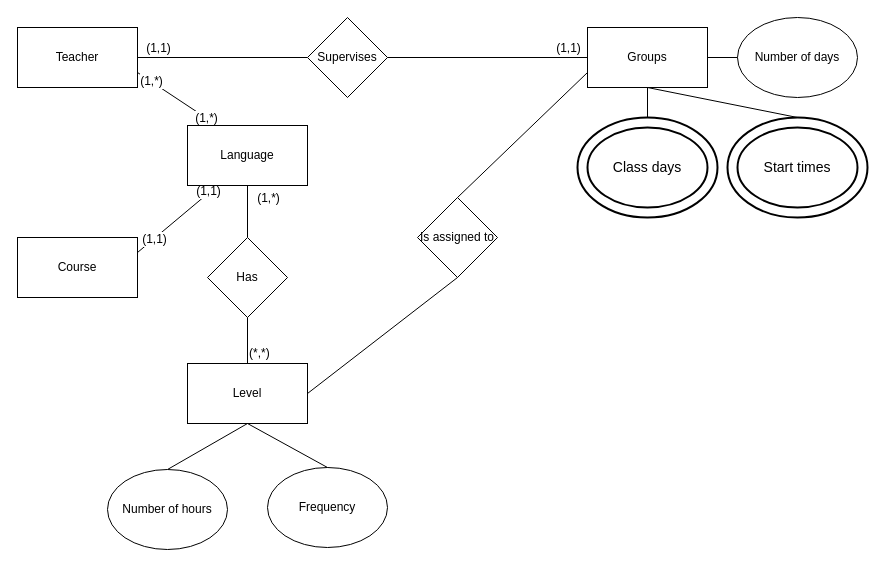
Above: Task2/Task2.drawio in devtot0/FundamentalsOfDatabases (draw.io), before the change. Source tidied: cells renumbered, new cells numbered last; positions are measured from the earlier drawing's top-left corner, leaving out a move shared by most shapes. Both pictures are drawn from the tidied source at 100%, with x=0, y=0 at pixel (17, 17).
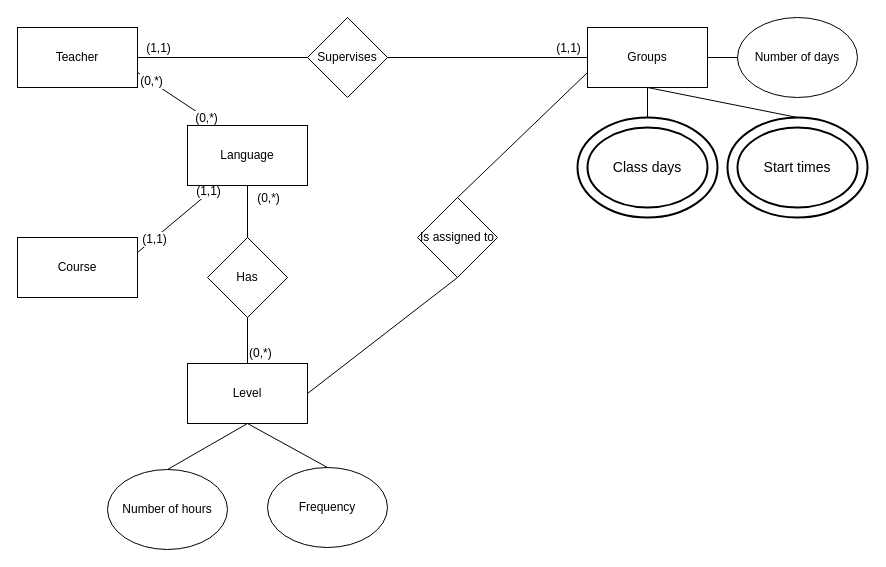
Above is the later version.

Commit message (it also covers changes not shown here):
task 1 i task 2, usuniecie kilku jpg

Unchanged cells that the change refers to:
```xml
<mxCell id="6" style="rounded=0;jettySize=auto;html=1;exitX=1;exitY=0.75;exitDx=0;exitDy=0;entryX=0.25;entryY=0;entryDx=0;entryDy=0;endArrow=none;endFill=0;" parent="1" edge="1" source="9" target="32">
  <mxGeometry relative="1" as="geometry" />
</mxCell>
<mxCell id="12" style="edgeStyle=none;rounded=0;jettySize=auto;html=1;endArrow=none;endFill=0;" parent="1" edge="1" source="14" target="32">
  <mxGeometry relative="1" as="geometry" />
</mxCell>
```

Change to the diagram source:
```diff
@@
-    <mxCell id="7" value="(1,*)" style="text;html=1;align=center;verticalAlign=middle;labelBackgroundColor=#ffffff;" parent="6" vertex="1">
+    <mxCell id="7" value="(0,*)" style="text;html=1;align=center;verticalAlign=middle;labelBackgroundColor=#ffffff;" parent="6" vertex="1">
       <mxGeometry x="-0.67" relative="1" as="geometry" />
     </mxCell>
-    <mxCell id="8" value="(1,*)" style="text;html=1;align=center;verticalAlign=middle;labelBackgroundColor=#ffffff;" parent="6" vertex="1">
+    <mxCell id="8" value="(0,*)" style="text;html=1;align=center;verticalAlign=middle;labelBackgroundColor=#ffffff;" parent="6" vertex="1">
       <mxGeometry x="0.7" relative="1" as="geometry" />
     </mxCell>
@@
-    <mxCell id="13" value="(1,*)" style="text;html=1;align=center;verticalAlign=middle;labelBackgroundColor=#ffffff;" parent="12" vertex="1">
+    <mxCell id="13" value="(0,*)" style="text;html=1;align=center;verticalAlign=middle;labelBackgroundColor=#ffffff;" parent="12" vertex="1">
       <mxGeometry x="0.62" y="-3" relative="1" as="geometry">
         <mxPoint x="17" y="2" as="offset" />
       </mxGeometry>
     </mxCell>
@@
-    <mxCell id="27" value="(*,*)" style="text;html=1;align=left;verticalAlign=top;spacingTop=-4;" parent="1" vertex="1">
+    <mxCell id="27" value="(0,*)" style="text;html=1;align=left;verticalAlign=top;spacingTop=-4;" parent="1" vertex="1">
       <mxGeometry x="230" y="326" width="40" height="20" as="geometry" />
     </mxCell>
```
